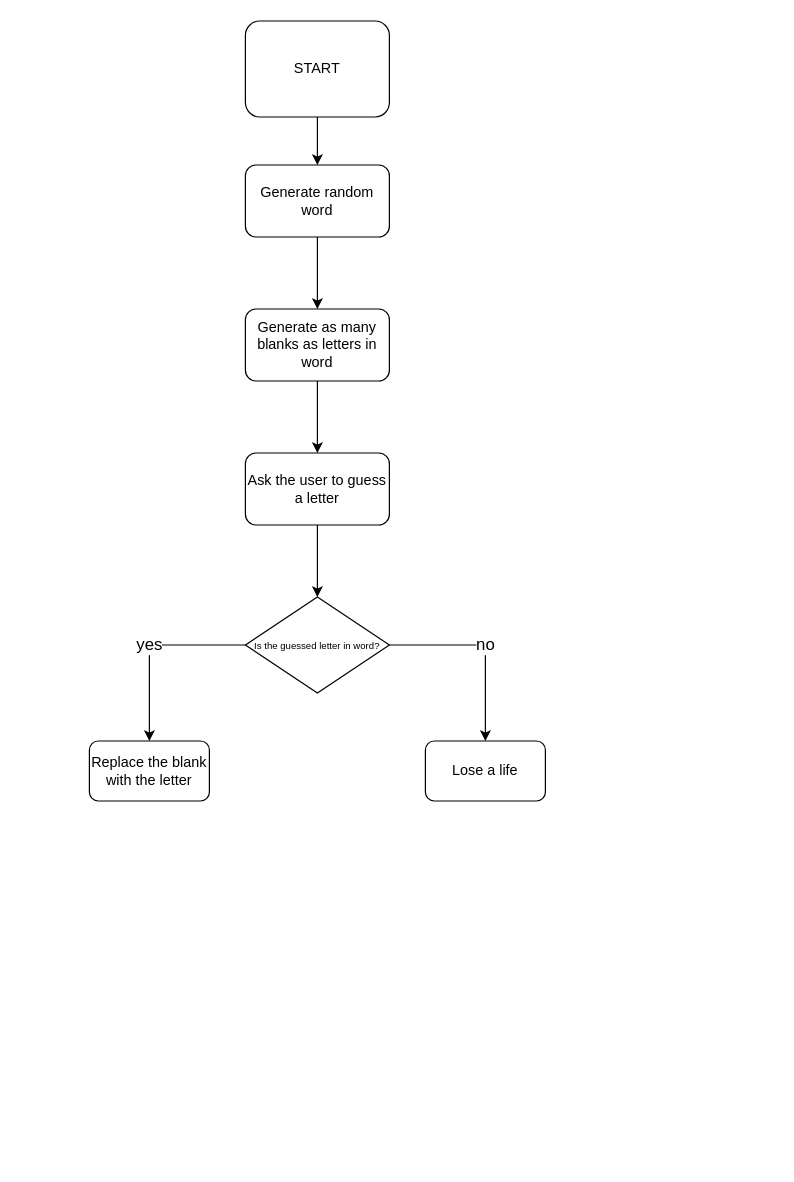
Before: Hangman.drawio in alanlfreitas/EscapeTheMaze, a draw.io diagram. Source tidied: cells renumbered, new cells numbered last; positions are measured from the earlier drawing's top-left corner, leaving out a move shared by most shapes. Both pictures are drawn from the tidied source at 120%, with x=0, y=0 at pixel (89, 20).
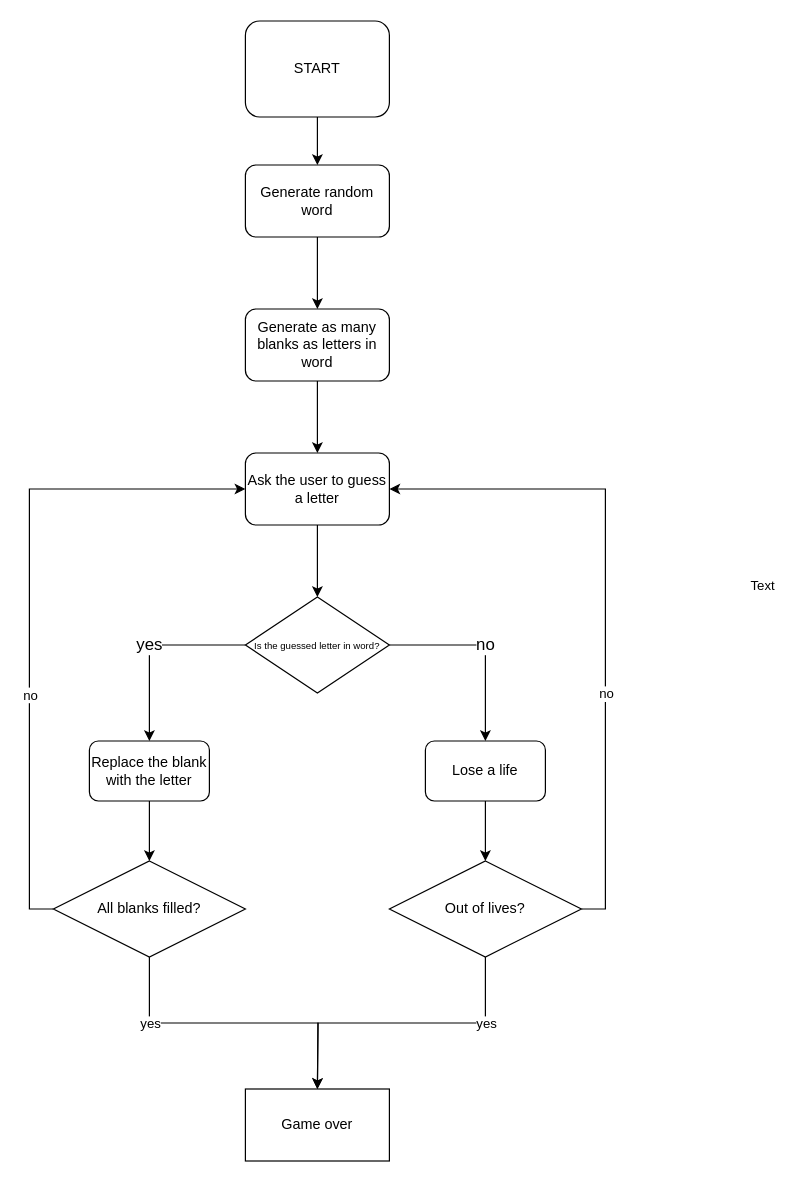
After the change.

The change refers to these unchanged cells:
```xml
<mxCell id="9" value="Ask the user to guess a letter" style="rounded=1;whiteSpace=wrap;html=1;" parent="1" vertex="1">
  <mxGeometry x="130" y="360" width="120" height="60" as="geometry" />
</mxCell>
<mxCell id="13" value="Replace the blank with the letter" style="rounded=1;whiteSpace=wrap;html=1;" parent="1" vertex="1">
  <mxGeometry y="600" width="100" height="50" as="geometry" />
</mxCell>
<mxCell id="14" value="Lose a life" style="rounded=1;whiteSpace=wrap;html=1;" parent="1" vertex="1">
  <mxGeometry x="280" y="600" width="100" height="50" as="geometry" />
</mxCell>
```

The edit, as a diff of the source:
```diff
@@
+    <mxCell id="15" style="edgeStyle=orthogonalEdgeStyle;rounded=0;jettySize=auto;html=1;exitX=0.5;exitY=1;exitDx=0;exitDy=0;" parent="1" edge="1" source="13" target="21">
+      <mxGeometry relative="1" as="geometry" />
+    </mxCell>
@@
+    <mxCell id="16" style="edgeStyle=orthogonalEdgeStyle;rounded=0;jettySize=auto;html=1;exitX=0.5;exitY=1;exitDx=0;exitDy=0;" parent="1" edge="1" source="14" target="27">
+      <mxGeometry relative="1" as="geometry" />
+    </mxCell>
@@
+    <mxCell id="17" style="edgeStyle=orthogonalEdgeStyle;rounded=0;jettySize=auto;html=1;exitX=0;exitY=0.5;exitDx=0;exitDy=0;entryX=0;entryY=0.5;entryDx=0;entryDy=0;" parent="1" edge="1" source="21" target="9">
+      <mxGeometry relative="1" as="geometry" />
+    </mxCell>
+    <mxCell id="18" value="no" style="edgeLabel;html=1;align=center;verticalAlign=middle;" parent="17" vertex="1">
+      <mxGeometry x="-0.27" relative="1" as="geometry">
+        <mxPoint y="2" as="offset" />
+      </mxGeometry>
+    </mxCell>
+    <mxCell id="19" style="edgeStyle=orthogonalEdgeStyle;rounded=0;jettySize=auto;html=1;exitX=0.5;exitY=1;exitDx=0;exitDy=0;" parent="1" edge="1" source="21">
+      <mxGeometry relative="1" as="geometry">
+        <mxPoint x="190" y="890" as="targetPoint" />
+      </mxGeometry>
+    </mxCell>
+    <mxCell id="20" value="yes" style="edgeLabel;html=1;align=center;verticalAlign=middle;" parent="19" vertex="1">
+      <mxGeometry x="-0.56" relative="1" as="geometry" />
+    </mxCell>
+    <mxCell id="21" value="All blanks filled?" style="rhombus;whiteSpace=wrap;html=1;" parent="1" vertex="1">
+      <mxGeometry x="-30" y="700" width="160" height="80" as="geometry" />
+    </mxCell>
+    <mxCell id="22" style="edgeStyle=orthogonalEdgeStyle;rounded=0;jettySize=auto;html=1;exitX=1;exitY=0.5;exitDx=0;exitDy=0;entryX=1;entryY=0.5;entryDx=0;entryDy=0;" parent="1" edge="1" source="27" target="9">
+      <mxGeometry relative="1" as="geometry" />
+    </mxCell>
+    <mxCell id="23" value="no" style="edgeLabel;html=1;align=center;verticalAlign=middle;" parent="22" vertex="1">
+      <mxGeometry x="0.22" y="-2" relative="1" as="geometry">
+        <mxPoint x="-2" y="136" as="offset" />
+      </mxGeometry>
+    </mxCell>
+    <mxCell id="24" value="Text" style="edgeLabel;html=1;align=center;verticalAlign=middle;" parent="22" vertex="1">
+      <mxGeometry x="-0.3" y="-5" relative="1" as="geometry">
+        <mxPoint x="125" y="-97" as="offset" />
+      </mxGeometry>
+    </mxCell>
+    <mxCell id="25" style="edgeStyle=orthogonalEdgeStyle;rounded=0;jettySize=auto;html=1;exitX=0.5;exitY=1;exitDx=0;exitDy=0;" parent="1" edge="1" source="27">
+      <mxGeometry relative="1" as="geometry">
+        <mxPoint x="190" y="890" as="targetPoint" />
+      </mxGeometry>
+    </mxCell>
+    <mxCell id="26" value="yes" style="edgeLabel;html=1;align=center;verticalAlign=middle;" parent="25" vertex="1">
+      <mxGeometry x="-0.56" relative="1" as="geometry" />
+    </mxCell>
+    <mxCell id="27" value="Out of lives?" style="rhombus;whiteSpace=wrap;html=1;" parent="1" vertex="1">
+      <mxGeometry x="250" y="700" width="160" height="80" as="geometry" />
+    </mxCell>
+    <mxCell id="28" value="Game over" style="rounded=0;whiteSpace=wrap;html=1;" parent="1" vertex="1">
+      <mxGeometry x="130" y="890" width="120" height="60" as="geometry" />
+    </mxCell>
```
